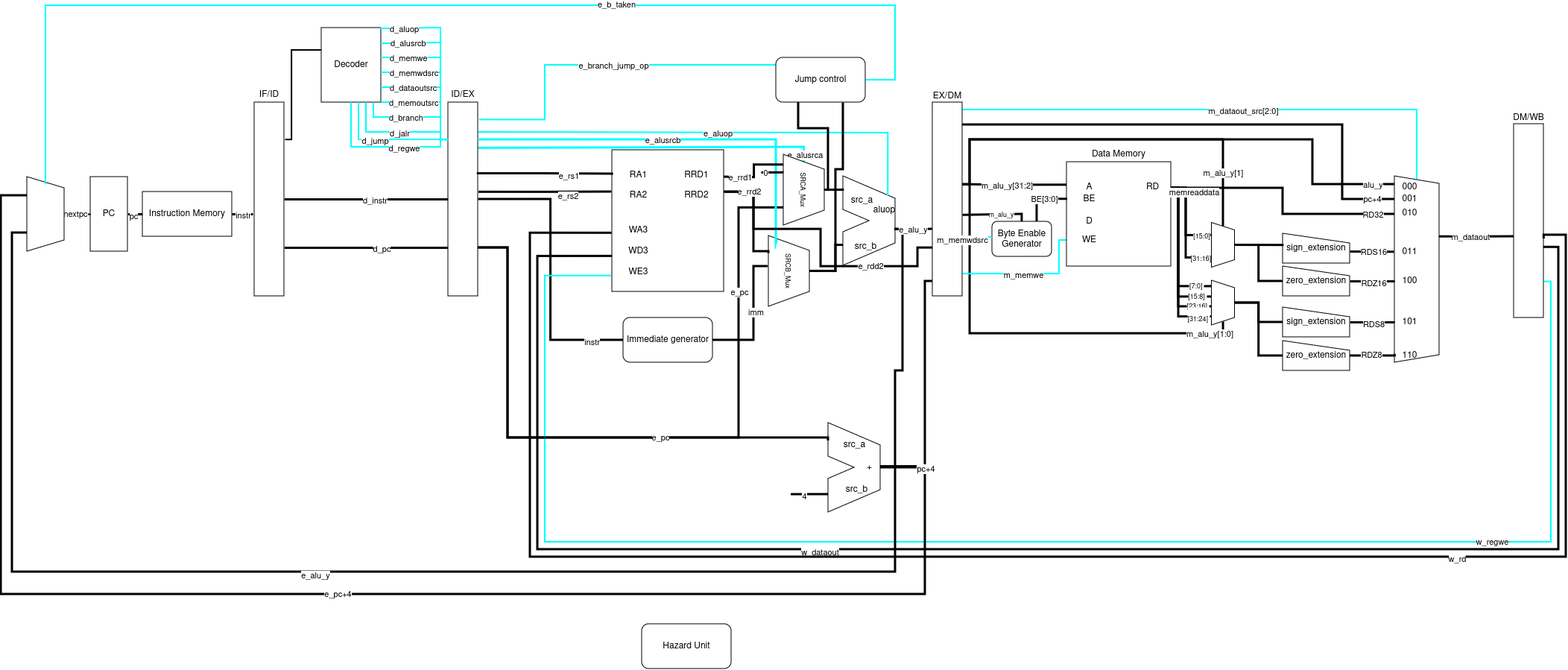
The draw.io diagram Zeptron-Sketch.png in zDox/Zeptron, before a commit. Source tidied: cells renumbered, new cells last; positions are measured from the earlier drawing's top-left corner, leaving out a move shared by most shapes.
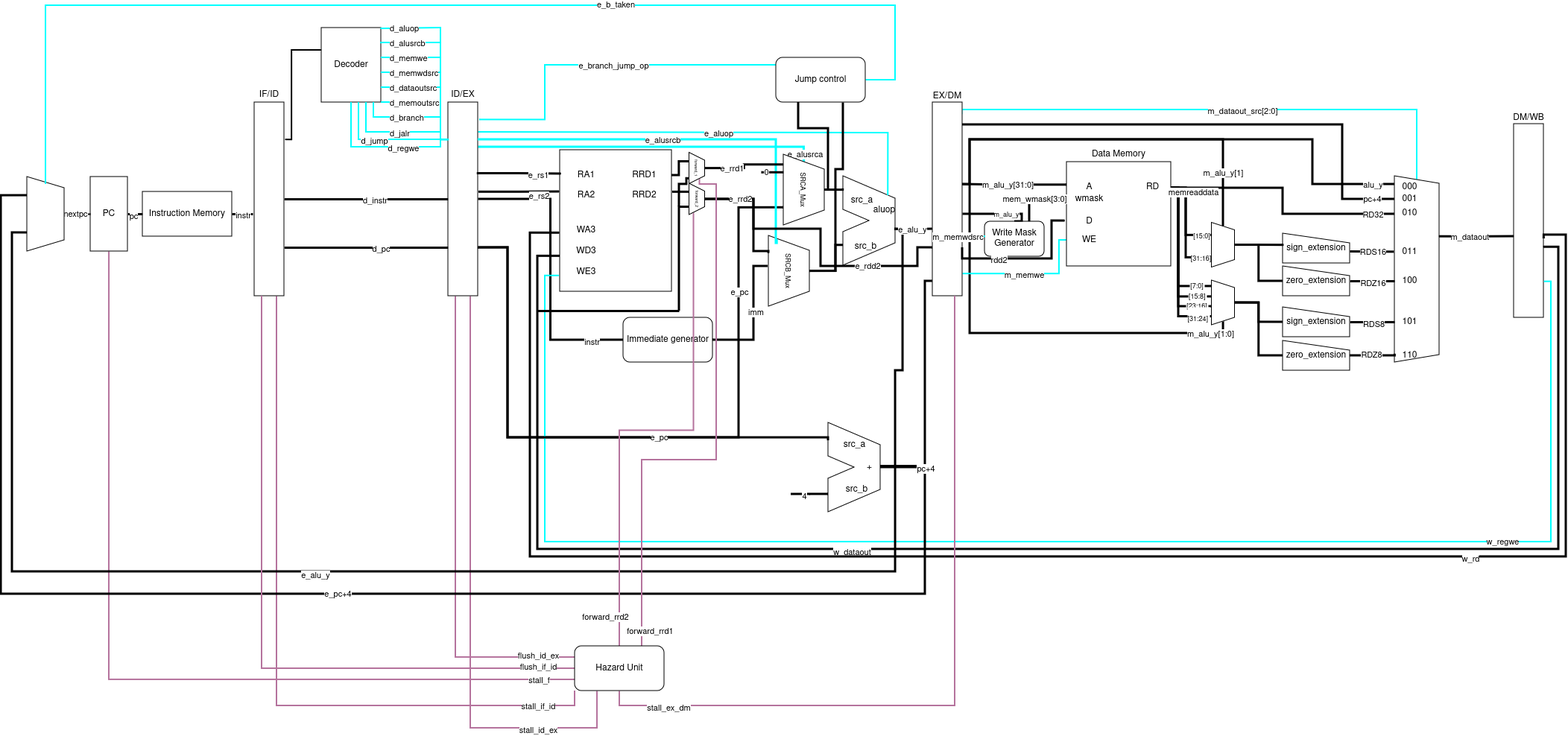
The same file after the commit.

Change to the diagram source:
```diff
@@ -23,6 +23,14 @@
     <mxCell id="5" value="pc" style="edgeLabel;html=1;align=center;verticalAlign=middle;" parent="4" vertex="1">
       <mxGeometry x="-0.29" y="-2" relative="1" as="geometry" />
     </mxCell>
+    <mxCell id="188" style="edgeStyle=orthogonalEdgeStyle;rounded=0;jettySize=auto;html=1;exitX=0.5;exitY=1;exitDx=0;exitDy=0;entryX=0;entryY=0.75;entryDx=0;entryDy=0;strokeWidth=2;endArrow=none;endFill=0;strokeColor=#B5739D;" parent="1" edge="1" source="6" target="162">
+      <mxGeometry relative="1" as="geometry" />
+    </mxCell>
+    <mxCell id="189" value="stall_f" style="edgeLabel;html=1;align=center;verticalAlign=middle;" parent="188" vertex="1">
+      <mxGeometry x="-0.49" y="3" relative="1" as="geometry">
+        <mxPoint x="573" y="271" as="offset" />
+      </mxGeometry>
+    </mxCell>
     <mxCell id="6" value="PC" style="rounded=0;whiteSpace=wrap;html=1;" parent="1" vertex="1">
       <mxGeometry x="120" y="230" width="50" height="100" as="geometry" />
     </mxCell>
@@ -30,7 +38,7 @@
       <mxGeometry x="430" y="30" width="80" height="100" as="geometry" />
     </mxCell>
     <mxCell id="8" style="group;" parent="1" vertex="1">
-      <mxGeometry x="820" y="194" width="150" height="190" as="geometry" />
+      <mxGeometry x="750" y="194" width="150" height="190" as="geometry" />
     </mxCell>
     <mxCell id="9" value="&lt;div align=&quot;left&quot;&gt;&lt;br&gt;&lt;/div&gt;" style="rounded=0;whiteSpace=wrap;html=1;labelPosition=left;verticalLabelPosition=top;align=right;verticalAlign=bottom;" parent="8" vertex="1">
       <mxGeometry width="150" height="190" as="geometry" />
@@ -98,6 +106,14 @@
     <mxCell id="27" value="d_pc" style="edgeLabel;html=1;align=center;verticalAlign=middle;" parent="26" vertex="1">
       <mxGeometry x="0.18" y="-1" relative="1" as="geometry" />
     </mxCell>
+    <mxCell id="190" style="edgeStyle=orthogonalEdgeStyle;rounded=0;jettySize=auto;html=1;exitX=0.75;exitY=1;exitDx=0;exitDy=0;entryX=0;entryY=1;entryDx=0;entryDy=0;strokeWidth=2;endArrow=none;endFill=0;strokeColor=#B5739D;" parent="1" edge="1" source="28" target="162">
+      <mxGeometry relative="1" as="geometry" />
+    </mxCell>
+    <mxCell id="191" value="stall_if_id" style="edgeLabel;html=1;align=center;verticalAlign=middle;" parent="190" vertex="1">
+      <mxGeometry x="-0.48" y="-2" relative="1" as="geometry">
+        <mxPoint x="352" y="300" as="offset" />
+      </mxGeometry>
+    </mxCell>
     <mxCell id="28" value="IF/ID" style="rounded=0;whiteSpace=wrap;html=1;labelPosition=center;verticalLabelPosition=top;align=center;verticalAlign=bottom;" parent="1" vertex="1">
       <mxGeometry x="340" y="130" width="40" height="260" as="geometry" />
     </mxCell>
@@ -137,6 +153,25 @@
     <mxCell id="35" value="e_alusrca" style="edgeLabel;html=1;align=center;verticalAlign=middle;" parent="34" vertex="1">
       <mxGeometry x="0.95" y="1" relative="1" as="geometry" />
     </mxCell>
+    <mxCell id="192" style="edgeStyle=orthogonalEdgeStyle;rounded=0;jettySize=auto;html=1;exitX=0.25;exitY=1;exitDx=0;exitDy=0;entryX=0;entryY=0.25;entryDx=0;entryDy=0;strokeWidth=2;strokeColor=#B5739D;endArrow=none;endFill=0;" parent="1" edge="1" source="36" target="162">
+      <mxGeometry relative="1" as="geometry" />
+    </mxCell>
+    <mxCell id="193" value="flush_id_ex" style="edgeLabel;html=1;align=center;verticalAlign=middle;" parent="192" vertex="1">
+      <mxGeometry x="0.63" y="3" relative="1" as="geometry">
+        <mxPoint x="69" as="offset" />
+      </mxGeometry>
+    </mxCell>
+    <mxCell id="194" style="edgeStyle=orthogonalEdgeStyle;rounded=0;jettySize=auto;html=1;exitX=0.75;exitY=1;exitDx=0;exitDy=0;entryX=0.25;entryY=1;entryDx=0;entryDy=0;strokeWidth=2;endArrow=none;endFill=0;strokeColor=#B5739D;" parent="1" edge="1" source="36" target="162">
+      <mxGeometry relative="1" as="geometry">
+        <Array as="points">
+          <mxPoint x="630" y="970" />
+          <mxPoint x="800" y="970" />
+        </Array>
+      </mxGeometry>
+    </mxCell>
+    <mxCell id="195" value="stall_id_ex" style="edgeLabel;html=1;align=center;verticalAlign=middle;" parent="194" vertex="1">
+      <mxGeometry x="0.68" y="-2" relative="1" as="geometry" />
+    </mxCell>
     <mxCell id="36" value="ID/EX" style="rounded=0;whiteSpace=wrap;html=1;labelPosition=center;verticalLabelPosition=top;align=center;verticalAlign=bottom;" parent="1" vertex="1">
       <mxGeometry x="600" y="130" width="40" height="260" as="geometry" />
     </mxCell>
@@ -300,8 +335,8 @@
     <mxCell id="67" value="RD" style="text;html=1;align=center;verticalAlign=middle;strokeColor=none;fillColor=none;" parent="62" vertex="1">
       <mxGeometry x="95" y="19" width="40" height="30" as="geometry" />
     </mxCell>
-    <mxCell id="68" value="BE" style="text;html=1;align=center;verticalAlign=middle;strokeColor=none;fillColor=none;" parent="62" vertex="1">
-      <mxGeometry x="10" y="35" width="40" height="30" as="geometry" />
+    <mxCell id="68" value="wmask" style="text;html=1;align=center;verticalAlign=middle;strokeColor=none;fillColor=none;" parent="62" vertex="1">
+      <mxGeometry y="35" width="60" height="30" as="geometry" />
     </mxCell>
     <mxCell id="69" style="edgeStyle=orthogonalEdgeStyle;rounded=0;jettySize=auto;html=1;exitX=0;exitY=0.25;exitDx=0;exitDy=0;strokeWidth=3;endArrow=none;endFill=0;entryX=1;entryY=0.423;entryDx=0;entryDy=0;entryPerimeter=0;" parent="1" edge="1" target="45">
       <mxGeometry relative="1" as="geometry">
@@ -311,7 +346,7 @@
         </Array>
       </mxGeometry>
     </mxCell>
-    <mxCell id="70" value="m_alu_y[31:2]" style="edgeLabel;html=1;align=center;verticalAlign=middle;" parent="69" vertex="1">
+    <mxCell id="70" value="m_alu_y[31:0]" style="edgeLabel;html=1;align=center;verticalAlign=middle;" parent="69" vertex="1">
       <mxGeometry x="-0.17" relative="1" as="geometry">
         <mxPoint x="-22" as="offset" />
       </mxGeometry>
@@ -754,7 +789,7 @@
         <mxPoint x="229" y="100" as="offset" />
       </mxGeometry>
     </mxCell>
-    <mxCell id="151" style="edgeStyle=orthogonalEdgeStyle;rounded=0;jettySize=auto;html=1;exitX=0;exitY=0.75;exitDx=0;exitDy=0;entryX=1.008;entryY=0.296;entryDx=0;entryDy=0;entryPerimeter=0;endArrow=none;endFill=0;strokeWidth=3;" parent="1" edge="1" source="45" target="9">
+    <mxCell id="151" style="edgeStyle=orthogonalEdgeStyle;rounded=0;jettySize=auto;html=1;exitX=0;exitY=0.75;exitDx=0;exitDy=0;endArrow=none;endFill=0;strokeWidth=3;entryX=0.5;entryY=0;entryDx=0;entryDy=0;" parent="1" edge="1" source="45" target="210">
       <mxGeometry relative="1" as="geometry">
         <Array as="points">
           <mxPoint x="1230" y="325" />
@@ -762,25 +797,26 @@
           <mxPoint x="1100" y="350" />
           <mxPoint x="1100" y="300" />
           <mxPoint x="1010" y="300" />
-          <mxPoint x="1010" y="250" />
+          <mxPoint x="1010" y="260" />
         </Array>
       </mxGeometry>
     </mxCell>
     <mxCell id="152" value="e_rdd2" style="edgeLabel;html=1;align=center;verticalAlign=middle;" parent="151" vertex="1">
       <mxGeometry x="-0.46" y="-1" relative="1" as="geometry" />
     </mxCell>
-    <mxCell id="153" style="edgeStyle=orthogonalEdgeStyle;rounded=0;jettySize=auto;html=1;strokeWidth=3;endArrow=none;endFill=0;entryX=0.25;entryY=1;entryDx=0;entryDy=0;" parent="1" edge="1" target="58">
+    <mxCell id="153" style="edgeStyle=orthogonalEdgeStyle;rounded=0;jettySize=auto;html=1;strokeWidth=3;endArrow=none;endFill=0;entryX=0.25;entryY=1;entryDx=0;entryDy=0;exitX=0.5;exitY=0;exitDx=0;exitDy=0;" parent="1" edge="1" source="210" target="58">
       <mxGeometry relative="1" as="geometry">
-        <mxPoint x="970" y="250" as="sourcePoint" />
         <Array as="points">
-          <mxPoint x="1010" y="250" />
+          <mxPoint x="1010" y="260" />
           <mxPoint x="1010" y="330" />
           <mxPoint x="1030" y="330" />
         </Array>
       </mxGeometry>
     </mxCell>
     <mxCell id="154" value="e_rrd2" style="edgeLabel;html=1;align=center;verticalAlign=middle;" parent="153" vertex="1">
-      <mxGeometry x="-0.55" y="1" relative="1" as="geometry" />
+      <mxGeometry x="-0.55" y="1" relative="1" as="geometry">
+        <mxPoint x="10" as="offset" />
+      </mxGeometry>
     </mxCell>
     <mxCell id="155" style="edgeStyle=orthogonalEdgeStyle;rounded=0;jettySize=auto;html=1;exitX=0.75;exitY=1;exitDx=0;exitDy=0;entryX=0.032;entryY=0.194;entryDx=0;entryDy=0;entryPerimeter=0;strokeWidth=2;endArrow=none;endFill=0;strokeColor=#00FFFF;" parent="1" edge="1" source="7" target="36">
       <mxGeometry relative="1" as="geometry">
@@ -823,8 +859,49 @@
     <mxCell id="161" value="Jump control" style="rounded=1;whiteSpace=wrap;html=1;" parent="1" vertex="1">
       <mxGeometry x="1040" y="70" width="120" height="60" as="geometry" />
     </mxCell>
+    <mxCell id="196" style="edgeStyle=orthogonalEdgeStyle;rounded=0;jettySize=auto;html=1;exitX=0;exitY=0.5;exitDx=0;exitDy=0;entryX=0.25;entryY=1;entryDx=0;entryDy=0;strokeColor=#B5739D;strokeWidth=2;endArrow=none;endFill=0;" parent="1" edge="1" source="162" target="28">
+      <mxGeometry relative="1" as="geometry">
+        <Array as="points">
+          <mxPoint x="350" y="890" />
+        </Array>
+      </mxGeometry>
+    </mxCell>
+    <mxCell id="197" value="flush_if_id" style="edgeLabel;html=1;align=center;verticalAlign=middle;" parent="196" vertex="1">
+      <mxGeometry x="-0.58" y="-3" relative="1" as="geometry">
+        <mxPoint x="145" as="offset" />
+      </mxGeometry>
+    </mxCell>
+    <mxCell id="198" style="edgeStyle=orthogonalEdgeStyle;rounded=0;jettySize=auto;html=1;exitX=0.5;exitY=1;exitDx=0;exitDy=0;entryX=0.75;entryY=1;entryDx=0;entryDy=0;strokeWidth=2;endArrow=none;endFill=0;strokeColor=#B5739D;" parent="1" edge="1" source="162" target="45">
+      <mxGeometry relative="1" as="geometry" />
+    </mxCell>
+    <mxCell id="199" value="stall_ex_dm" style="edgeLabel;html=1;align=center;verticalAlign=middle;" parent="198" vertex="1">
+      <mxGeometry x="-0.83" y="-2" relative="1" as="geometry" />
+    </mxCell>
+    <mxCell id="200" style="edgeStyle=orthogonalEdgeStyle;rounded=0;jettySize=auto;html=1;exitX=0.5;exitY=0;exitDx=0;exitDy=0;entryX=1;entryY=0.75;entryDx=0;entryDy=0;strokeWidth=2;strokeColor=#B5739D;endArrow=none;endFill=0;" parent="1" edge="1" source="162" target="210">
+      <mxGeometry relative="1" as="geometry" />
+    </mxCell>
+    <mxCell id="201" value="forward_rrd2" style="edgeLabel;html=1;align=center;verticalAlign=middle;" parent="200" vertex="1">
+      <mxGeometry x="-0.89" y="-1" relative="1" as="geometry">
+        <mxPoint x="-21" y="-2" as="offset" />
+      </mxGeometry>
+    </mxCell>
+    <mxCell id="202" style="edgeStyle=orthogonalEdgeStyle;rounded=0;jettySize=auto;html=1;exitX=0.75;exitY=0;exitDx=0;exitDy=0;entryX=1;entryY=0.25;entryDx=0;entryDy=0;strokeWidth=2;endArrow=none;endFill=0;strokeColor=#B5739D;" parent="1" edge="1" source="162" target="207">
+      <mxGeometry relative="1" as="geometry">
+        <Array as="points">
+          <mxPoint x="860" y="610" />
+          <mxPoint x="960" y="610" />
+          <mxPoint x="960" y="240" />
+          <mxPoint x="938" y="240" />
+        </Array>
+      </mxGeometry>
+    </mxCell>
+    <mxCell id="203" value="&lt;div&gt;forward_rrd1&lt;/div&gt;" style="edgeLabel;html=1;align=center;verticalAlign=middle;" parent="202" vertex="1">
+      <mxGeometry x="-0.86" y="1" relative="1" as="geometry">
+        <mxPoint x="11" y="34" as="offset" />
+      </mxGeometry>
+    </mxCell>
     <mxCell id="162" value="Hazard Unit" style="rounded=1;whiteSpace=wrap;html=1;" parent="1" vertex="1">
-      <mxGeometry x="860" y="830" width="120" height="60" as="geometry" />
+      <mxGeometry x="770" y="860" width="120" height="60" as="geometry" />
     </mxCell>
     <mxCell id="163" style="edgeStyle=orthogonalEdgeStyle;rounded=0;jettySize=auto;html=1;exitX=0.25;exitY=1;exitDx=0;exitDy=0;strokeWidth=3;endArrow=none;endFill=0;" parent="1" edge="1" source="165">
       <mxGeometry relative="1" as="geometry">
@@ -840,13 +917,13 @@
     <mxCell id="166" style="edgeStyle=orthogonalEdgeStyle;rounded=0;jettySize=auto;html=1;exitX=0.5;exitY=0;exitDx=0;exitDy=0;entryX=-0.003;entryY=0.139;entryDx=0;entryDy=0;entryPerimeter=0;endArrow=none;endFill=0;strokeWidth=3;" parent="1" edge="1" source="165" target="18">
       <mxGeometry relative="1" as="geometry" />
     </mxCell>
-    <mxCell id="167" style="edgeStyle=orthogonalEdgeStyle;rounded=0;jettySize=auto;html=1;entryX=0.144;entryY=0.999;entryDx=0;entryDy=0;entryPerimeter=0;strokeWidth=3;endArrow=none;endFill=0;" parent="1" edge="1" target="165">
-      <mxGeometry relative="1" as="geometry">
-        <mxPoint x="970" y="230" as="sourcePoint" />
-      </mxGeometry>
+    <mxCell id="167" style="edgeStyle=orthogonalEdgeStyle;rounded=0;jettySize=auto;html=1;entryX=0.144;entryY=0.999;entryDx=0;entryDy=0;entryPerimeter=0;strokeWidth=3;endArrow=none;endFill=0;exitX=0.5;exitY=0;exitDx=0;exitDy=0;" parent="1" edge="1" source="207" target="165">
+      <mxGeometry relative="1" as="geometry" />
     </mxCell>
     <mxCell id="168" value="e_rrd1" style="edgeLabel;html=1;align=center;verticalAlign=middle;" parent="167" vertex="1">
-      <mxGeometry x="-0.55" relative="1" as="geometry" />
+      <mxGeometry x="-0.55" relative="1" as="geometry">
+        <mxPoint x="11" as="offset" />
+      </mxGeometry>
     </mxCell>
     <mxCell id="169" value="000" style="text;html=1;align=center;verticalAlign=middle;strokeColor=none;fillColor=none;" parent="1" vertex="1">
       <mxGeometry x="1870" y="229" width="40" height="30" as="geometry" />
@@ -900,8 +977,8 @@
         <mxPoint x="25" as="offset" />
       </mxGeometry>
     </mxCell>
-    <mxCell id="180" value="Byte Enable Generator" style="rounded=1;whiteSpace=wrap;html=1;" parent="1" vertex="1">
-      <mxGeometry x="1330" y="290" width="80" height="47" as="geometry" />
+    <mxCell id="180" value="Write Mask Generator" style="rounded=1;whiteSpace=wrap;html=1;" parent="1" vertex="1">
+      <mxGeometry x="1320" y="290" width="80" height="47" as="geometry" />
     </mxCell>
     <mxCell id="181" style="edgeStyle=orthogonalEdgeStyle;rounded=0;jettySize=auto;html=1;exitX=1;exitY=0.5;exitDx=0;exitDy=0;entryX=0.004;entryY=0.454;entryDx=0;entryDy=0;strokeWidth=2;endArrow=none;endFill=0;strokeColor=#00FFFF;entryPerimeter=0;" parent="1" edge="1" target="180">
       <mxGeometry relative="1" as="geometry">
@@ -914,15 +991,15 @@
     </mxCell>
     <mxCell id="182" value="m_memwdsrc" style="edgeLabel;html=1;align=center;verticalAlign=middle;" parent="181" vertex="1">
       <mxGeometry x="0.33" y="-1" relative="1" as="geometry">
-        <mxPoint x="-28" y="3" as="offset" />
+        <mxPoint x="-28" y="-1" as="offset" />
       </mxGeometry>
     </mxCell>
     <mxCell id="183" style="edgeStyle=orthogonalEdgeStyle;rounded=0;jettySize=auto;html=1;exitX=0.75;exitY=0;exitDx=0;exitDy=0;entryX=0.007;entryY=0.355;entryDx=0;entryDy=0;entryPerimeter=0;strokeWidth=3;endArrow=none;endFill=0;" parent="1" edge="1" source="180" target="63">
       <mxGeometry relative="1" as="geometry" />
     </mxCell>
-    <mxCell id="184" value="BE[3:0]" style="edgeLabel;html=1;align=center;verticalAlign=middle;rotation=0;" parent="183" vertex="1">
+    <mxCell id="184" value="mem_wmask[3:0]" style="edgeLabel;html=1;align=center;verticalAlign=middle;rotation=0;" parent="183" vertex="1">
       <mxGeometry x="0.49" relative="1" as="geometry">
-        <mxPoint x="-13" as="offset" />
+        <mxPoint x="-23" as="offset" />
       </mxGeometry>
     </mxCell>
     <mxCell id="185" style="edgeStyle=orthogonalEdgeStyle;rounded=0;jettySize=auto;html=1;exitX=0.5;exitY=0;exitDx=0;exitDy=0;endArrow=none;endFill=0;strokeWidth=3;entryX=0.25;entryY=1;entryDx=0;entryDy=0;" parent="1" edge="1" source="165" target="161">
@@ -945,5 +1022,58 @@
         <mxPoint x="-12" y="-2" as="offset" />
       </mxGeometry>
     </mxCell>
+    <mxCell id="204" style="edgeStyle=orthogonalEdgeStyle;rounded=0;jettySize=auto;html=1;exitX=1;exitY=0.75;exitDx=0;exitDy=0;entryX=-0.016;entryY=0.565;entryDx=0;entryDy=0;entryPerimeter=0;strokeWidth=3;endArrow=none;endFill=0;" parent="1" edge="1" source="45" target="63">
+      <mxGeometry relative="1" as="geometry">
+        <Array as="points">
+          <mxPoint x="1290" y="340" />
+          <mxPoint x="1410" y="340" />
+          <mxPoint x="1410" y="289" />
+        </Array>
+      </mxGeometry>
+    </mxCell>
+    <mxCell id="205" value="rdd2" style="edgeLabel;html=1;align=center;verticalAlign=middle;" parent="204" vertex="1">
+      <mxGeometry x="-0.38" y="-1" relative="1" as="geometry" />
+    </mxCell>
+    <mxCell id="206" style="edgeStyle=orthogonalEdgeStyle;rounded=0;jettySize=auto;html=1;exitX=0.831;exitY=1.018;exitDx=0;exitDy=0;exitPerimeter=0;strokeWidth=3;endArrow=none;endFill=0;" parent="1" edge="1" source="207">
+      <mxGeometry relative="1" as="geometry">
+        <mxPoint x="910" y="270" as="targetPoint" />
+        <Array as="points">
+          <mxPoint x="920" y="232" />
+          <mxPoint x="920" y="240" />
+          <mxPoint x="910" y="240" />
+        </Array>
+      </mxGeometry>
+    </mxCell>
+    <mxCell id="207" value="forward_1" style="shape=trapezoid;perimeter=trapezoidPerimeter;whiteSpace=wrap;html=1;fixedSize=1;rotation=90;fontSize=5;size=10.5;" parent="1" vertex="1">
+      <mxGeometry x="913" y="208" width="42" height="21" as="geometry" />
+    </mxCell>
+    <mxCell id="208" style="edgeStyle=orthogonalEdgeStyle;rounded=0;jettySize=auto;html=1;exitX=1.004;exitY=0.179;exitDx=0;exitDy=0;entryX=0.286;entryY=0.991;entryDx=0;entryDy=0;exitPerimeter=0;strokeWidth=3;endArrow=none;endFill=0;entryPerimeter=0;" parent="1" edge="1" source="9" target="207">
+      <mxGeometry relative="1" as="geometry">
+        <Array as="points">
+          <mxPoint x="910" y="228" />
+          <mxPoint x="910" y="210" />
+        </Array>
+      </mxGeometry>
+    </mxCell>
+    <mxCell id="209" style="edgeStyle=orthogonalEdgeStyle;rounded=0;jettySize=auto;html=1;exitX=0.75;exitY=1;exitDx=0;exitDy=0;strokeWidth=3;endArrow=none;endFill=0;" parent="1" edge="1" source="210">
+      <mxGeometry relative="1" as="geometry">
+        <mxPoint x="910" y="410" as="targetPoint" />
+        <Array as="points">
+          <mxPoint x="910" y="270" />
+        </Array>
+      </mxGeometry>
+    </mxCell>
+    <mxCell id="210" value="forward_2" style="shape=trapezoid;perimeter=trapezoidPerimeter;whiteSpace=wrap;html=1;fixedSize=1;rotation=90;fontSize=5;size=10.5;" parent="1" vertex="1">
+      <mxGeometry x="913" y="249.5" width="42" height="21" as="geometry" />
+    </mxCell>
+    <mxCell id="211" style="edgeStyle=orthogonalEdgeStyle;rounded=0;jettySize=auto;html=1;exitX=1.003;exitY=0.294;exitDx=0;exitDy=0;entryX=0.25;entryY=1;entryDx=0;entryDy=0;exitPerimeter=0;strokeWidth=3;endArrow=none;endFill=0;" parent="1" edge="1" source="9" target="210">
+      <mxGeometry relative="1" as="geometry" />
+    </mxCell>
+    <mxCell id="212" style="endArrow=none;html=1;rounded=0;strokeWidth=3;" parent="1" edge="1">
+      <mxGeometry relative="1" as="geometry">
+        <mxPoint x="720" y="410" as="sourcePoint" />
+        <mxPoint x="910" y="410" as="targetPoint" />
+      </mxGeometry>
+    </mxCell>
   </root>
 </mxGraphModel>
```
